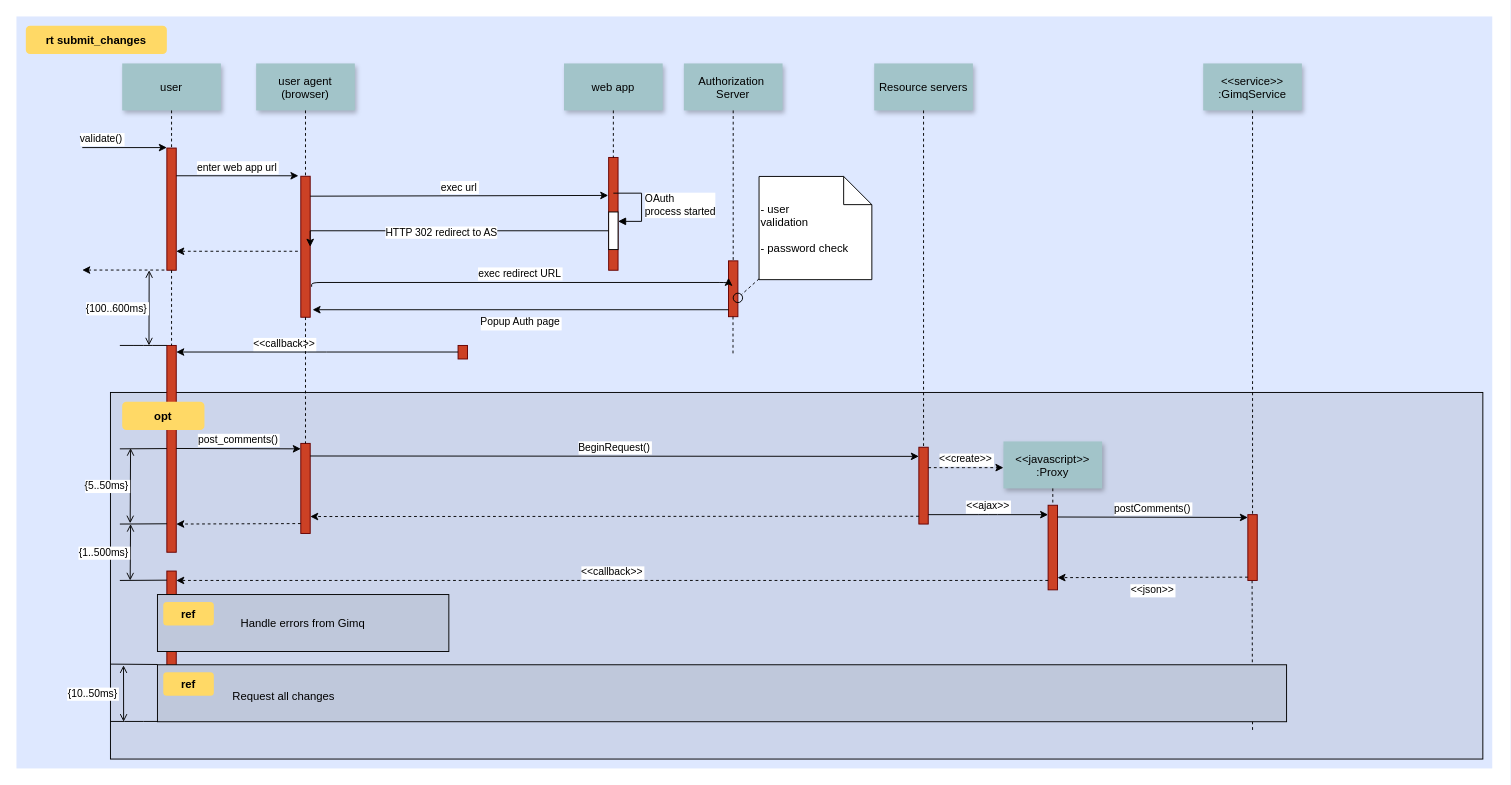
The draw.io diagram OAuth2_grant_code.drawio in wbxsxu168/drawio, before the edit. Source tidied: cells renumbered, new cells numbered last; positions are measured from the earlier drawing's top-left corner, leaving out a move shared by most shapes. Both pictures are drawn from the tidied source at 94%, with x=0, y=0 at pixel (16, 16).
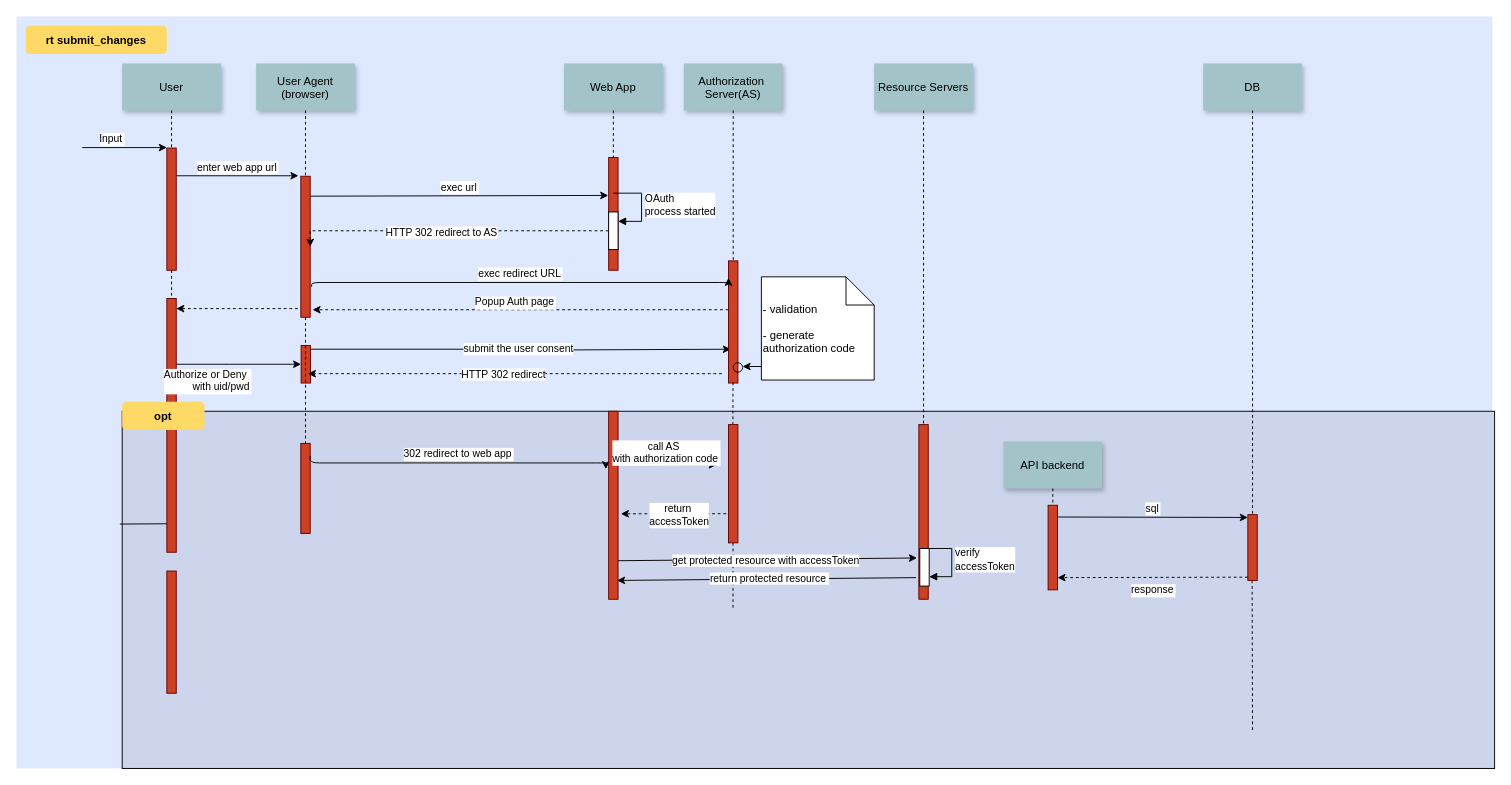
The same diagram, later.

The change refers to these unchanged cells:
```xml
<mxCell id="2" style="fillColor=#DEE8FF;strokeColor=none;" parent="1" vertex="1">
  <mxGeometry width="1570" height="800" as="geometry" />
</mxCell>
<mxCell id="8" style="fillColor=#CC4125;strokeColor=#660000;" parent="1" vertex="1">
  <mxGeometry x="302.5" y="170" width="10" height="150" as="geometry" />
</mxCell>
<mxCell id="44" style="fillColor=#CC4125;strokeColor=#660000;" parent="1" vertex="1">
  <mxGeometry x="1097.5" y="520" width="10" height="90" as="geometry" />
</mxCell>
<mxCell id="52" style="fillColor=#CC4125;strokeColor=#660000;" parent="1" vertex="1">
  <mxGeometry x="160" y="590" width="10" height="130" as="geometry" />
</mxCell>
<mxCell id="72" style="html=1;points=[[0,0,0,0,5],[0,1,0,0,-5],[1,0,0,0,5],[1,1,0,0,-5]];perimeter=orthogonalPerimeter;outlineConnect=0;targetShapes=umlLifeline;portConstraint=eastwest;newEdgeStyle={&quot;curved&quot;:0,&quot;rounded&quot;:0};" parent="1" vertex="1">
  <mxGeometry x="630" y="208" width="10" height="40" as="geometry" />
</mxCell>
```

What changed in the source:
```diff
@@
     <mxCell id="3" style="fillColor=#CCD5EB;" parent="1" vertex="1">
-      <mxGeometry x="100" y="400" width="1460" height="390" as="geometry" />
+      <mxGeometry x="112.5" y="420" width="1460" height="380" as="geometry" />
     </mxCell>
@@
-    <mxCell id="6" value="validate()" style="edgeStyle=none;verticalLabelPosition=top;verticalAlign=bottom;labelPosition=left;align=right;" parent="1" edge="1">
+    <mxCell id="6" value="Input" style="edgeStyle=none;verticalLabelPosition=top;verticalAlign=bottom;labelPosition=left;align=right;" parent="1" edge="1">
       <mxGeometry x="110" y="49.5" as="geometry">
         <mxPoint x="70" y="139.5" as="sourcePoint" />
         <mxPoint x="160" y="139.5" as="targetPoint" />
       </mxGeometry>
     </mxCell>
-    <mxCell id="7" value="user" style="shadow=1;fillColor=#A2C4C9;strokeColor=none;" parent="1" vertex="1">
+    <mxCell id="7" value="User" style="shadow=1;fillColor=#A2C4C9;strokeColor=none;" parent="1" vertex="1">
       <mxGeometry x="112.5" y="50" width="105" height="50" as="geometry" />
     </mxCell>
@@
-    <mxCell id="9" value="user agent&#10;(browser)" style="shadow=1;fillColor=#A2C4C9;strokeColor=none;" parent="1" vertex="1">
+    <mxCell id="9" value="User Agent&#10;(browser)" style="shadow=1;fillColor=#A2C4C9;strokeColor=none;" parent="1" vertex="1">
       <mxGeometry x="255" y="50" width="105" height="50" as="geometry" />
     </mxCell>
@@
     <mxCell id="12" style="edgeStyle=none;verticalLabelPosition=top;verticalAlign=bottom;endArrow=none;startArrow=classic;dashed=1;" parent="1" edge="1">
       <mxGeometry x="220" y="172.3" as="geometry">
-        <mxPoint x="170" y="249.8" as="sourcePoint" />
-        <mxPoint x="300" y="249.8" as="targetPoint" />
+        <mxPoint x="170" y="310.8" as="sourcePoint" />
+        <mxPoint x="300" y="310.8" as="targetPoint" />
       </mxGeometry>
     </mxCell>
-    <mxCell id="13" style="edgeStyle=none;verticalLabelPosition=top;verticalAlign=bottom;labelPosition=left;align=right;endArrow=none;startArrow=classic;dashed=1;" parent="1" edge="1">
-      <mxGeometry x="110" y="179.8" as="geometry">
-        <mxPoint x="70" y="269.8" as="sourcePoint" />
-        <mxPoint x="160" y="269.8" as="targetPoint" />
-      </mxGeometry>
-    </mxCell>
@@
+    <mxCell id="74" value="submit the user consent" style="edgeStyle=orthogonalEdgeStyle;rounded=0;jettySize=auto;html=1;exitX=1;exitY=0.25;exitDx=0;exitDy=0;" parent="1" edge="1" source="15">
+      <mxGeometry relative="1" as="geometry">
+        <mxPoint x="760" y="354" as="targetPoint" />
+        <Array as="points">
+          <mxPoint x="313" y="354" />
+          <mxPoint x="536" y="354" />
+          <mxPoint x="536" y="355" />
+        </Array>
+      </mxGeometry>
+    </mxCell>
+    <mxCell id="75" style="edgeStyle=orthogonalEdgeStyle;rounded=0;jettySize=auto;html=1;exitX=0.5;exitY=1;exitDx=0;exitDy=0;" parent="1" edge="1" source="15">
+      <mxGeometry relative="1" as="geometry">
+        <mxPoint x="308" y="380" as="targetPoint" />
+      </mxGeometry>
+    </mxCell>
     <mxCell id="15" style="fillColor=#CC4125;strokeColor=#660000;" parent="1" vertex="1">
-      <mxGeometry x="469.8" y="350" width="10" height="14.4" as="geometry" />
+      <mxGeometry x="302.8" y="350" width="10" height="40" as="geometry" />
     </mxCell>
@@
-    <mxCell id="17" value="web app" style="shadow=1;fillColor=#A2C4C9;strokeColor=none;" parent="1" vertex="1">
+    <mxCell id="17" value="Web App" style="shadow=1;fillColor=#A2C4C9;strokeColor=none;" parent="1" vertex="1">
       <mxGeometry x="582.5" y="50" width="105" height="50" as="geometry" />
     </mxCell>
@@
-    <mxCell id="19" value="Authorization &#10;Server" style="shadow=1;fillColor=#A2C4C9;strokeColor=none;" parent="1" vertex="1">
+    <mxCell id="19" value="Authorization &#10;Server(AS)" style="shadow=1;fillColor=#A2C4C9;strokeColor=none;" parent="1" vertex="1">
       <mxGeometry x="710" y="50" width="105" height="50" as="geometry" />
     </mxCell>
@@
     <mxCell id="21" style="fillColor=#CC4125;strokeColor=#660000;" parent="1" vertex="1">
-      <mxGeometry x="757.5" y="260" width="10" height="59.4" as="geometry" />
+      <mxGeometry x="757.5" y="260" width="10" height="130" as="geometry" />
     </mxCell>
-    <mxCell id="22" value="Resource servers" style="shadow=1;fillColor=#A2C4C9;strokeColor=none;" parent="1" vertex="1">
+    <mxCell id="22" value="Resource Servers" style="shadow=1;fillColor=#A2C4C9;strokeColor=none;" parent="1" vertex="1">
       <mxGeometry x="912.5" y="50" width="105" height="50" as="geometry" />
     </mxCell>
@@
-    <mxCell id="25" value="Popup Auth page" style="edgeStyle=elbowEdgeStyle;elbow=vertical;verticalLabelPosition=bottom;verticalAlign=top;entryX=1.25;entryY=0.95;entryDx=0;entryDy=0;entryPerimeter=0;" parent="1" edge="1" target="8">
-      <mxGeometry x="560" y="309.7" as="geometry">
+    <mxCell id="25" value="Popup Auth page" style="edgeStyle=elbowEdgeStyle;elbow=vertical;verticalLabelPosition=bottom;verticalAlign=top;entryX=1.25;entryY=0.95;entryDx=0;entryDy=0;entryPerimeter=0;dashed=1;" parent="1" edge="1" target="8">
+      <mxGeometry as="geometry">
         <mxPoint x="757.5" y="312" as="sourcePoint" />
+        <mxPoint x="-6" y="-22" as="offset" />
       </mxGeometry>
     </mxCell>
-    <mxCell id="26" style="edgeStyle=elbowEdgeStyle;elbow=horizontal;endArrow=none;dashed=1;" parent="1" edge="1">
+    <mxCell id="26" style="edgeStyle=elbowEdgeStyle;elbow=horizontal;endArrow=none;dashed=1;entryX=0.454;entryY=0.41;entryDx=0;entryDy=0;entryPerimeter=0;" parent="1" edge="1" source="81">
       <mxGeometry x="932.3" y="240" as="geometry">
-        <mxPoint x="762.3" y="319.4" as="sourcePoint" />
-        <mxPoint x="762.3" y="360" as="targetPoint" />
+        <mxPoint x="762.8" y="630.9" as="targetPoint" />
         <Array as="points">
-          <mxPoint x="762.3" y="340" />
+          <mxPoint x="762.3" y="410" />
         </Array>
       </mxGeometry>
     </mxCell>
+    <mxCell id="76" style="edgeStyle=orthogonalEdgeStyle;rounded=0;orthogonalLoop=1;jettySize=auto;html=1;" parent="1" edge="1">
+      <mxGeometry relative="1" as="geometry">
+        <mxPoint x="792.5" y="372.4" as="sourcePoint" />
+        <mxPoint x="772.5" y="372.4" as="targetPoint" />
+        <Array as="points">
+          <mxPoint x="780" y="372" />
+          <mxPoint x="780" y="372" />
+        </Array>
+      </mxGeometry>
+    </mxCell>
     <mxCell id="27" style="ellipse;fillColor=none;" parent="1" vertex="1">
-      <mxGeometry x="762.5" y="294.4" width="10" height="10" as="geometry" />
+      <mxGeometry x="762.5" y="368.4" width="10" height="10" as="geometry" />
     </mxCell>
-    <mxCell id="28" value=" - user&#10; validation&#10;&#10; - password check" style="shape=note;align=left;" parent="1" vertex="1">
-      <mxGeometry x="790" y="170.2" width="120" height="109.8" as="geometry" />
+    <mxCell id="28" value=" - validation&#10;&#10; - generate &#10;authorization code" style="shape=note;align=left;" parent="1" vertex="1">
+      <mxGeometry x="792.5" y="277" width="120" height="109.8" as="geometry" />
     </mxCell>
-    <mxCell id="29" style="edgeStyle=none;endArrow=none;dashed=1;" parent="1" edge="1" source="28" target="27">
-      <mxGeometry x="1030" y="180" as="geometry" />
-    </mxCell>
     <mxCell id="30" style="fillColor=#CC4125;strokeColor=#660000;" parent="1" vertex="1">
-      <mxGeometry x="160" y="350" width="10" height="220" as="geometry" />
+      <mxGeometry x="160" y="300" width="10" height="270" as="geometry" />
     </mxCell>
-    <mxCell id="31" value="             &lt;&lt;callback&gt;&gt;                                " style="edgeStyle=elbowEdgeStyle;elbow=vertical;dashed=0;verticalLabelPosition=top;verticalAlign=bottom;align=right;" parent="1" edge="1" source="15" target="30">
-      <mxGeometry x="190" y="329.8" as="geometry" />
+    <mxCell id="31" value="             Authorize or Deny &#10;with uid/pwd" style="edgeStyle=elbowEdgeStyle;elbow=vertical;dashed=0;verticalLabelPosition=top;verticalAlign=bottom;align=right;" parent="1" edge="1" source="30" target="15">
+      <mxGeometry as="geometry">
+        <mxPoint x="14" y="33" as="offset" />
+      </mxGeometry>
     </mxCell>
@@
-    <mxCell id="33" style="edgeStyle=elbowEdgeStyle;elbow=vertical;endArrow=none;" parent="1" edge="1" source="30">
-      <mxGeometry x="60" y="310" as="geometry">
-        <mxPoint x="110" y="350" as="targetPoint" />
-      </mxGeometry>
-    </mxCell>
-    <mxCell id="34" value="{100..600ms}" style="edgeStyle=elbowEdgeStyle;elbow=horizontal;startArrow=open;endArrow=open;labelPosition=left;align=right;" parent="1" edge="1">
-      <mxGeometry x="61.2" y="290" as="geometry">
-        <mxPoint x="141.2" y="270" as="sourcePoint" />
-        <mxPoint x="141.2" y="350" as="targetPoint" />
-      </mxGeometry>
-    </mxCell>
@@
     <mxCell id="36" style="fillColor=#CC4125;strokeColor=#660000;" parent="1" vertex="1">
-      <mxGeometry x="960" y="458.3" width="10" height="81.7" as="geometry" />
+      <mxGeometry x="960" y="434.2" width="10" height="185.8" as="geometry" />
     </mxCell>
@@
-    <mxCell id="38" value="post_comments()" style="edgeStyle=elbowEdgeStyle;elbow=vertical;verticalLabelPosition=top;verticalAlign=bottom;" parent="1" edge="1">
-      <mxGeometry x="212.5" y="469.6" as="geometry">
-        <mxPoint x="170" y="459.6" as="sourcePoint" />
-        <mxPoint x="302.5" y="459.6" as="targetPoint" />
-      </mxGeometry>
-    </mxCell>
@@
-    <mxCell id="40" value="BeginRequest()" style="edgeStyle=elbowEdgeStyle;elbow=vertical;verticalLabelPosition=top;verticalAlign=bottom;" parent="1" edge="1">
-      <mxGeometry x="530" y="436.8" as="geometry">
+    <mxCell id="40" value="302 redirect to web app" style="edgeStyle=elbowEdgeStyle;elbow=vertical;verticalLabelPosition=top;verticalAlign=bottom;entryX=-0.3;entryY=0.308;entryDx=0;entryDy=0;entryPerimeter=0;" parent="1" edge="1" target="82">
+      <mxGeometry as="geometry">
         <mxPoint x="312.5" y="467.6" as="sourcePoint" />
-        <mxPoint x="960" y="467.6" as="targetPoint" />
       </mxGeometry>
     </mxCell>
-    <mxCell id="41" style="edgeStyle=elbowEdgeStyle;elbow=vertical;dashed=1;verticalLabelPosition=bottom;verticalAlign=top;" parent="1" edge="1">
-      <mxGeometry x="530" y="549.1" as="geometry">
-        <mxPoint x="960" y="531.7" as="sourcePoint" />
-        <mxPoint x="312.5" y="531.7" as="targetPoint" />
-      </mxGeometry>
-    </mxCell>
-    <mxCell id="42" value="&lt;&lt;javascript&gt;&gt;&#10;:Proxy" style="shadow=1;fillColor=#A2C4C9;strokeColor=none;" parent="1" vertex="1">
+    <mxCell id="42" value="API backend" style="shadow=1;fillColor=#A2C4C9;strokeColor=none;" parent="1" vertex="1">
       <mxGeometry x="1050" y="452.1" width="105" height="50" as="geometry" />
     </mxCell>
@@
-    <mxCell id="46" value="&lt;&lt;create&gt;&gt;" style="edgeStyle=elbowEdgeStyle;elbow=vertical;verticalLabelPosition=top;verticalAlign=bottom;dashed=1;" parent="1" edge="1" source="36" target="42">
-      <mxGeometry x="901.2" y="322.5" as="geometry" />
-    </mxCell>
-    <mxCell id="47" value="&lt;&lt;ajax&gt;&gt;" style="edgeStyle=elbowEdgeStyle;elbow=vertical;verticalLabelPosition=top;verticalAlign=bottom;" parent="1" edge="1" source="36" target="44">
-      <mxGeometry x="1065" y="359.5" as="geometry" />
-    </mxCell>
-    <mxCell id="48" value="postComments()" style="edgeStyle=elbowEdgeStyle;elbow=vertical;verticalLabelPosition=top;verticalAlign=bottom;" parent="1" edge="1">
-      <mxGeometry x="1225" y="309.5" as="geometry">
+    <mxCell id="48" value="sql" style="edgeStyle=elbowEdgeStyle;elbow=vertical;verticalLabelPosition=top;verticalAlign=bottom;" parent="1" edge="1">
+      <mxGeometry as="geometry">
         <mxPoint x="1107.5" y="532.5" as="sourcePoint" />
         <mxPoint x="1310" y="532.5" as="targetPoint" />
       </mxGeometry>
     </mxCell>
-    <mxCell id="49" value="&lt;&lt;json&gt;&gt;" style="edgeStyle=elbowEdgeStyle;elbow=vertical;dashed=1;verticalLabelPosition=bottom;verticalAlign=top;" parent="1" edge="1">
+    <mxCell id="49" value="response" style="edgeStyle=elbowEdgeStyle;elbow=vertical;dashed=1;verticalLabelPosition=bottom;verticalAlign=top;" parent="1" edge="1">
       <mxGeometry x="1075" y="396" as="geometry">
         <mxPoint x="1310" y="596.5" as="sourcePoint" />
         <mxPoint x="1107.5" y="596.5" as="targetPoint" />
       </mxGeometry>
     </mxCell>
-    <mxCell id="50" value="&lt;&lt;service&gt;&gt;&#10;:GimqService" style="shadow=1;fillColor=#A2C4C9;strokeColor=none;" parent="1" vertex="1">
+    <mxCell id="50" value="DB" style="shadow=1;fillColor=#A2C4C9;strokeColor=none;" parent="1" vertex="1">
       <mxGeometry x="1262.5" y="50" width="105" height="50" as="geometry" />
     </mxCell>
@@
     <mxCell id="53" style="edgeStyle=elbowEdgeStyle;elbow=vertical;dashed=1;verticalLabelPosition=bottom;verticalAlign=top;" parent="1" edge="1">
       <mxGeometry x="507.5" y="664.3" as="geometry">
-        <mxPoint x="302.5" y="539.5" as="sourcePoint" />
-        <mxPoint x="170" y="539.5" as="targetPoint" />
+        <mxPoint x="755" y="529" as="sourcePoint" />
+        <mxPoint x="643" y="529" as="targetPoint" />
+        <Array as="points">
+          <mxPoint x="640" y="529.1" />
+        </Array>
       </mxGeometry>
     </mxCell>
-    <mxCell id="54" value="&lt;&lt;callback&gt;&gt;" style="edgeStyle=elbowEdgeStyle;elbow=vertical;dashed=1;verticalLabelPosition=bottom;verticalAlign=bottom;" parent="1" edge="1" source="44" target="52">
-      <mxGeometry x="540" y="559.1" as="geometry" />
-    </mxCell>
+    <mxCell id="77" value="return&amp;nbsp;&lt;div&gt;accessToken&lt;/div&gt;" style="edgeLabel;html=1;align=center;verticalAlign=middle;" parent="53" vertex="1">
+      <mxGeometry relative="1" as="geometry">
+        <mxPoint x="5" y="1" as="offset" />
+      </mxGeometry>
+    </mxCell>
@@
-    <mxCell id="57" value="Handle errors from Gimq" style="fillColor=#BFC8DB;" parent="1" vertex="1">
-      <mxGeometry x="150" y="615" width="310" height="60.6" as="geometry" />
-    </mxCell>
-    <mxCell id="58" value="ref" style="rounded=1;fontStyle=1;fillColor=#FFD966;strokeColor=none;" parent="1" vertex="1">
-      <mxGeometry x="156.2" y="622.9" width="53.8" height="25" as="geometry" />
-    </mxCell>
-    <mxCell id="59" style="align=left;fillColor=#BFC8DB;" parent="1" vertex="1">
-      <mxGeometry x="150" y="689.7" width="1201.2" height="60.6" as="geometry" />
-    </mxCell>
-    <mxCell id="60" value="ref" style="rounded=1;fontStyle=1;fillColor=#FFD966;strokeColor=none;" parent="1" vertex="1">
-      <mxGeometry x="156.2" y="697.6" width="53.8" height="25" as="geometry" />
-    </mxCell>
-    <mxCell id="61" value="Request all changes" style="text;align=left;" parent="1" vertex="1">
-      <mxGeometry x="228.1" y="710.1" width="351.8" height="26" as="geometry" />
-    </mxCell>
-    <mxCell id="62" style="edgeStyle=elbowEdgeStyle;elbow=vertical;endArrow=none;" parent="1" edge="1">
-      <mxGeometry x="60" y="419.7" as="geometry">
-        <mxPoint x="160" y="459.7" as="sourcePoint" />
-        <mxPoint x="110" y="459.7" as="targetPoint" />
-      </mxGeometry>
-    </mxCell>
@@
-    <mxCell id="64" style="edgeStyle=elbowEdgeStyle;elbow=vertical;endArrow=none;" parent="1" edge="1">
-      <mxGeometry x="60" y="559.7" as="geometry">
-        <mxPoint x="160" y="599.7" as="sourcePoint" />
-        <mxPoint x="110" y="599.7" as="targetPoint" />
-      </mxGeometry>
-    </mxCell>
-    <mxCell id="65" style="edgeStyle=elbowEdgeStyle;elbow=vertical;endArrow=none;" parent="1" edge="1">
-      <mxGeometry x="50" y="649.4" as="geometry">
-        <mxPoint x="150" y="689.4" as="sourcePoint" />
-        <mxPoint x="100" y="689.4" as="targetPoint" />
-      </mxGeometry>
-    </mxCell>
-    <mxCell id="66" style="edgeStyle=elbowEdgeStyle;elbow=vertical;endArrow=none;" parent="1" edge="1">
-      <mxGeometry x="50" y="710" as="geometry">
-        <mxPoint x="150" y="750" as="sourcePoint" />
-        <mxPoint x="100" y="750" as="targetPoint" />
-      </mxGeometry>
-    </mxCell>
-    <mxCell id="67" value="{5..50ms}" style="edgeStyle=elbowEdgeStyle;elbow=horizontal;startArrow=open;endArrow=open;labelPosition=left;align=right;" parent="1" edge="1">
-      <mxGeometry x="41.4" y="479.2" as="geometry">
-        <mxPoint x="121.4" y="459.2" as="sourcePoint" />
-        <mxPoint x="121.4" y="539.2" as="targetPoint" />
-      </mxGeometry>
-    </mxCell>
-    <mxCell id="68" value="{1..500ms}" style="edgeStyle=elbowEdgeStyle;elbow=horizontal;startArrow=open;endArrow=open;labelPosition=left;align=right;" parent="1" edge="1">
-      <mxGeometry x="42.9" y="560" as="geometry">
-        <mxPoint x="121.4" y="540" as="sourcePoint" />
-        <mxPoint x="121.4" y="600" as="targetPoint" />
-      </mxGeometry>
-    </mxCell>
-    <mxCell id="69" value="{10..50ms}" style="edgeStyle=elbowEdgeStyle;elbow=horizontal;startArrow=open;endArrow=open;labelPosition=left;align=right;" parent="1" edge="1">
-      <mxGeometry as="geometry">
-        <mxPoint x="113.9" y="690.3" as="sourcePoint" />
-        <mxPoint x="113.9" y="750.3" as="targetPoint" />
-        <mxPoint x="-4.2" y="-0.3" as="offset" />
-      </mxGeometry>
-    </mxCell>
-    <mxCell id="70" style="edgeStyle=orthogonalEdgeStyle;rounded=0;jettySize=auto;html=1;curved=0;entryX=1;entryY=0.5;entryDx=0;entryDy=0;" parent="1" edge="1" source="72" target="8">
+    <mxCell id="70" style="edgeStyle=orthogonalEdgeStyle;rounded=0;jettySize=auto;html=1;curved=0;entryX=1;entryY=0.5;entryDx=0;entryDy=0;dashed=1;" parent="1" edge="1" source="72" target="8">
       <mxGeometry relative="1" as="geometry">
         <Array as="points">
           <mxPoint x="313" y="228" />
         </Array>
       </mxGeometry>
     </mxCell>
@@
+    <mxCell id="78" style="endArrow=classic;html=1;rounded=0;exitX=0.478;exitY=0.475;exitDx=0;exitDy=0;exitPerimeter=0;dashed=1;" parent="1" edge="1" source="2">
+      <mxGeometry relative="1" as="geometry">
+        <mxPoint x="310" y="380" as="targetPoint" />
+      </mxGeometry>
+    </mxCell>
+    <mxCell id="79" value="HTTP 302 redirect" style="edgeLabel;html=1;align=center;verticalAlign=middle;" parent="78" vertex="1">
+      <mxGeometry x="0.06" relative="1" as="geometry" />
+    </mxCell>
+    <mxCell id="80" style="edgeStyle=elbowEdgeStyle;elbow=horizontal;endArrow=none;dashed=1;entryX=0.454;entryY=0.41;entryDx=0;entryDy=0;entryPerimeter=0;" parent="1" edge="1" target="81">
+      <mxGeometry x="932.3" y="240" as="geometry">
+        <mxPoint x="762.3" y="389.4" as="sourcePoint" />
+      </mxGeometry>
+    </mxCell>
+    <mxCell id="81" style="fillColor=#CC4125;strokeColor=#660000;" parent="1" vertex="1">
+      <mxGeometry x="757.5" y="434.2" width="10" height="125.8" as="geometry" />
+    </mxCell>
+    <mxCell id="82" style="fillColor=#CC4125;strokeColor=#660000;" parent="1" vertex="1">
+      <mxGeometry x="630" y="420" width="10" height="200" as="geometry" />
+    </mxCell>
+    <mxCell id="83" value="call AS &#10;with authorization code" style="edgeStyle=elbowEdgeStyle;elbow=vertical;verticalLabelPosition=top;verticalAlign=bottom;" parent="1" edge="1">
+      <mxGeometry as="geometry">
+        <mxPoint x="640" y="476.6" as="sourcePoint" />
+        <mxPoint x="745" y="476.6" as="targetPoint" />
+        <mxPoint x="-2" y="3" as="offset" />
+      </mxGeometry>
+    </mxCell>
+    <mxCell id="84" style="endArrow=classic;html=1;rounded=0;entryX=-0.2;entryY=0.922;entryDx=0;entryDy=0;entryPerimeter=0;" parent="1" edge="1">
+      <mxGeometry relative="1" as="geometry">
+        <mxPoint x="640" y="579" as="sourcePoint" />
+        <mxPoint x="958" y="576.1" as="targetPoint" />
+      </mxGeometry>
+    </mxCell>
+    <mxCell id="85" value="get protected resource with accessToken" style="edgeLabel;html=1;align=center;verticalAlign=middle;" parent="84" vertex="1">
+      <mxGeometry x="-0.02" y="-1" relative="1" as="geometry" />
+    </mxCell>
+    <mxCell id="86" style="endArrow=classic;html=1;rounded=0;entryX=-0.2;entryY=0.922;entryDx=0;entryDy=0;entryPerimeter=0;" parent="1" edge="1">
+      <mxGeometry relative="1" as="geometry">
+        <mxPoint x="957" y="597" as="sourcePoint" />
+        <mxPoint x="639" y="600" as="targetPoint" />
+      </mxGeometry>
+    </mxCell>
+    <mxCell id="87" value="return protected resource&amp;nbsp;" style="edgeLabel;html=1;align=center;verticalAlign=middle;" parent="86" vertex="1">
+      <mxGeometry x="-0.02" y="-1" relative="1" as="geometry" />
+    </mxCell>
+    <mxCell id="88" style="html=1;perimeter=orthogonalPerimeter;targetShapes=umlLifeline;newEdgeStyle={&quot;curved&quot;:0,&quot;rounded&quot;:0};" parent="1" vertex="1">
+      <mxGeometry x="961" y="566" width="10" height="40" as="geometry" />
+    </mxCell>
+    <mxCell id="89" value="verify&amp;nbsp;&lt;div&gt;accessToken&lt;/div&gt;" style="html=1;align=left;spacingLeft=2;endArrow=block;rounded=0;edgeStyle=orthogonalEdgeStyle;curved=0;rounded=0;" parent="1" edge="1">
+      <mxGeometry relative="1" as="geometry">
+        <mxPoint x="965" y="566" as="sourcePoint" />
+        <mxPoint x="971" y="596" as="targetPoint" />
+        <Array as="points">
+          <mxPoint x="995" y="596" />
+        </Array>
+      </mxGeometry>
+    </mxCell>
```
